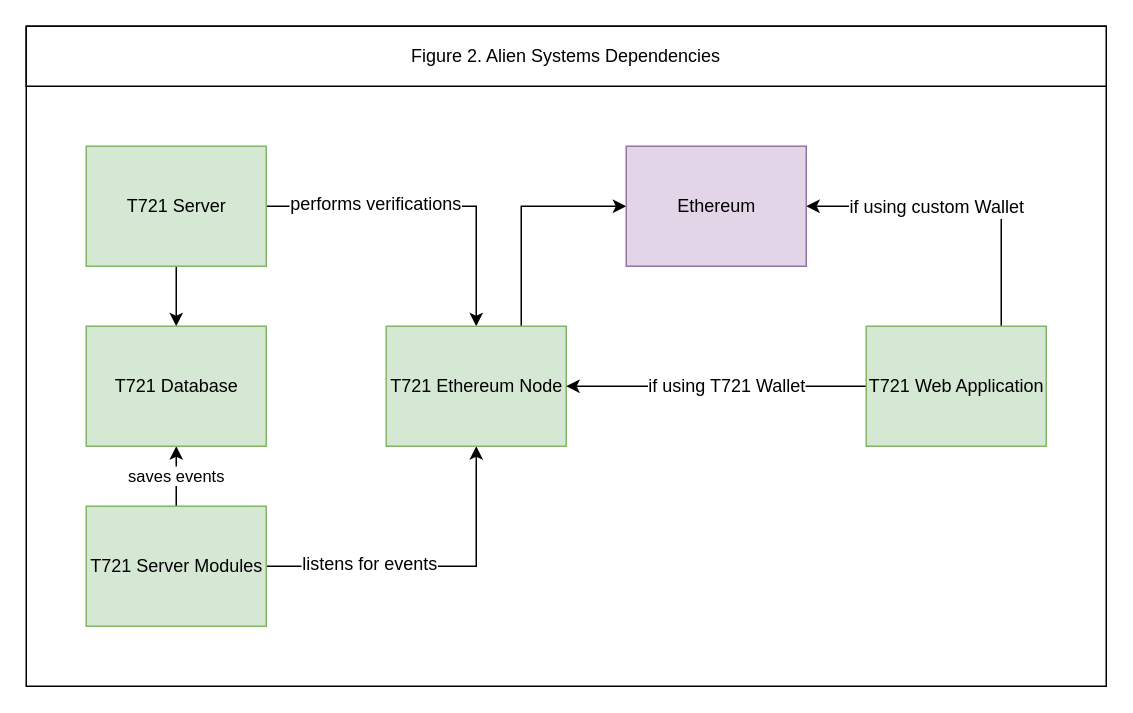
Earlier version of the draw.io diagram page "2_1_1_product_perspective" (2 of 21) of docs/srs/resources/t721.drawio (ticket721/env). Source tidied: cells renumbered, new cells numbered last; positions are measured from the earlier drawing's top-left corner, leaving out a move shared by most shapes. Both pictures are drawn from the tidied source at 150%, with x=0, y=0 at pixel (26, 26).
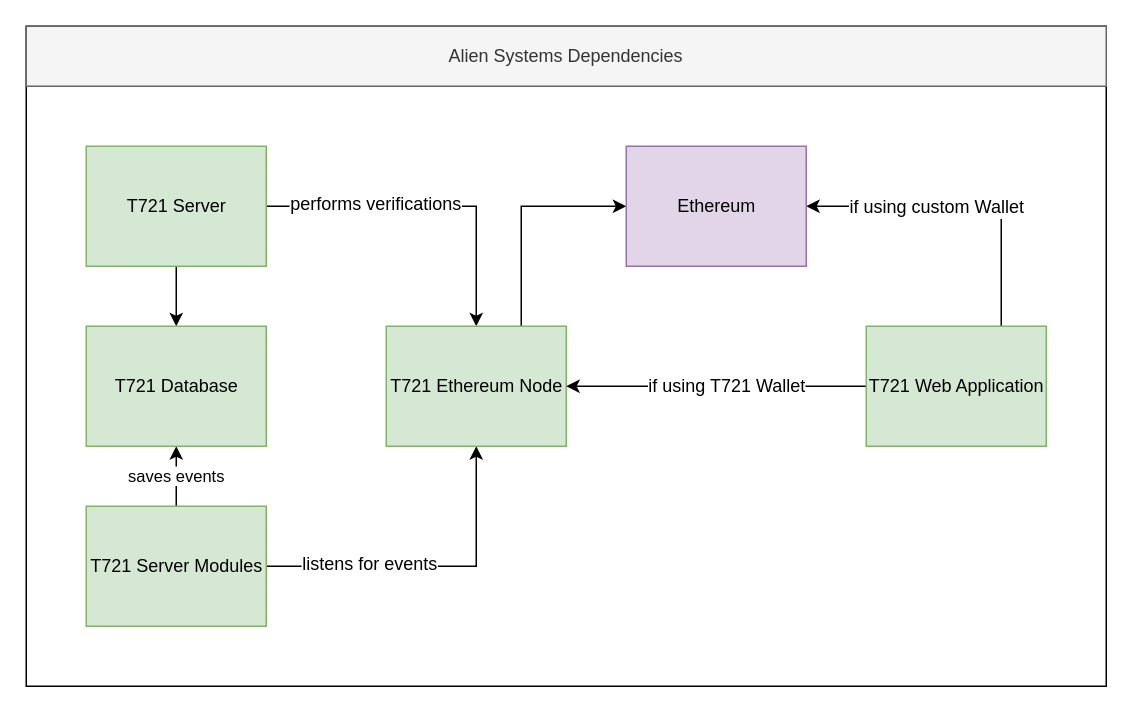
Above is the later version.

Change to the diagram source:
```diff
@@
-    <mxCell id="3" value="Figure 2. Alien Systems Dependencies" style="rounded=0;whiteSpace=wrap;html=1;fillColor=#ffffff;" parent="1" vertex="1">
+    <mxCell id="3" value="Alien Systems Dependencies" style="rounded=0;whiteSpace=wrap;html=1;fillColor=#f5f5f5;strokeColor=#666666;fontColor=#333333;" parent="1" vertex="1">
       <mxGeometry width="720" height="40" as="geometry" />
     </mxCell>
```
